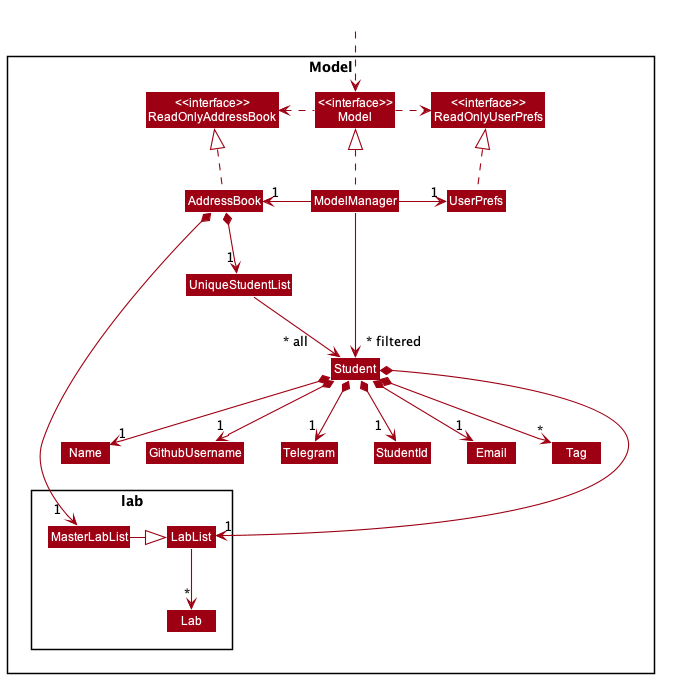
Above: docs/images/ModelClassDiagram.png in nus-cs2103-AY2122S2/tp (PlantUML), before the change.
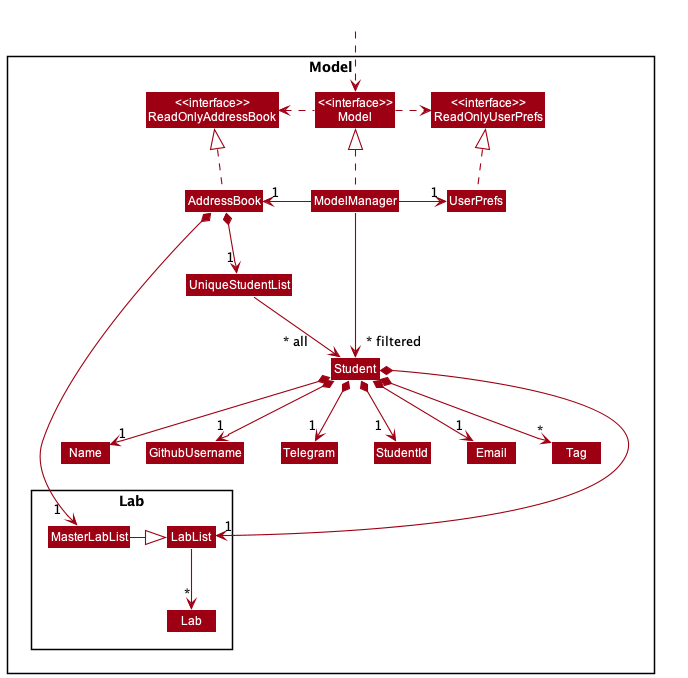
The same file after the commit.

Change to the diagram source:
```diff
@@ -20,7 +20,7 @@
 Class GithubUsername
 Class StudentId
 Class Tag
-Package lab {
+Package Lab {
     Class LabList
     Class MasterLabList
     Class Lab
```
